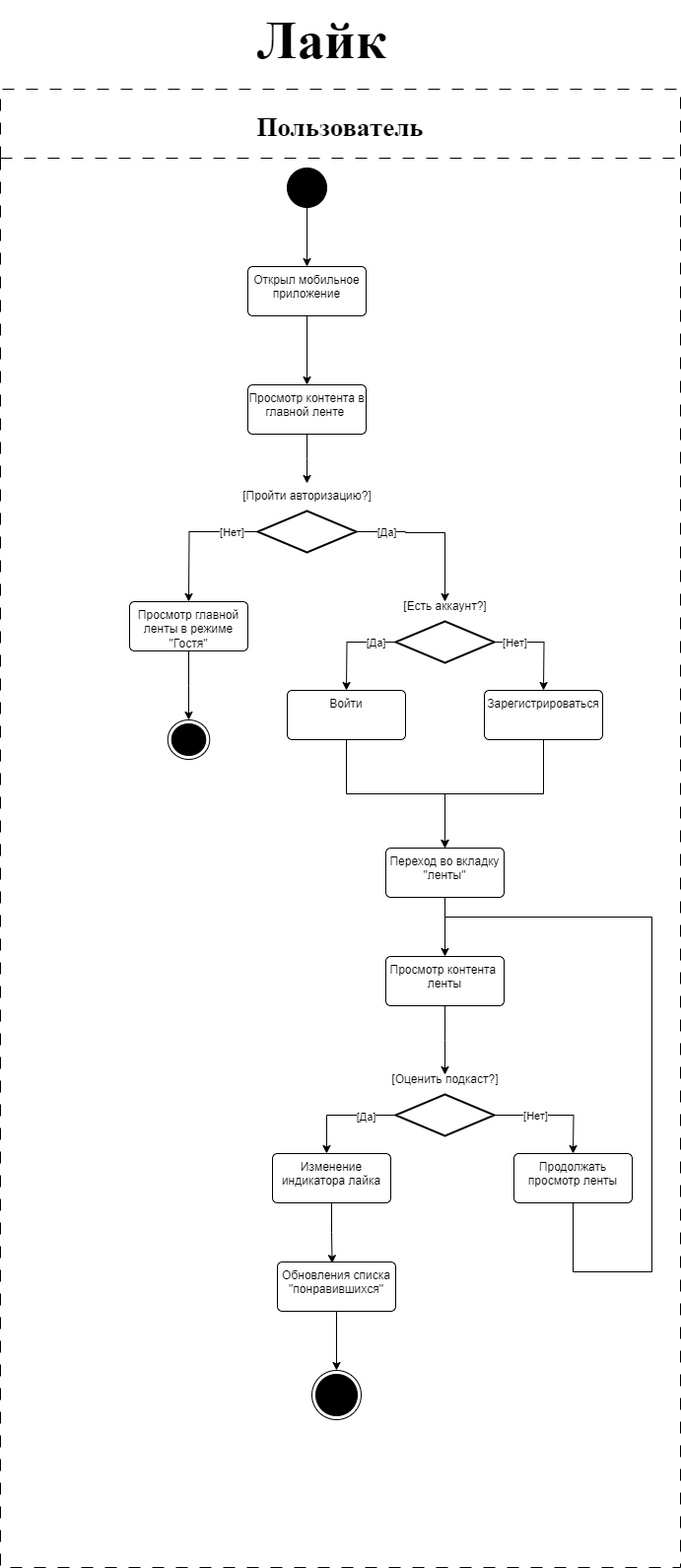
SazonovAlexander/9.1-TikTalk keeps this draw.io diagram as diagrams/activity-like.png. Above is the earlier version. Source tidied: cells renumbered, new cells last; positions are measured from the earlier drawing's top-left corner, leaving out a move shared by most shapes.
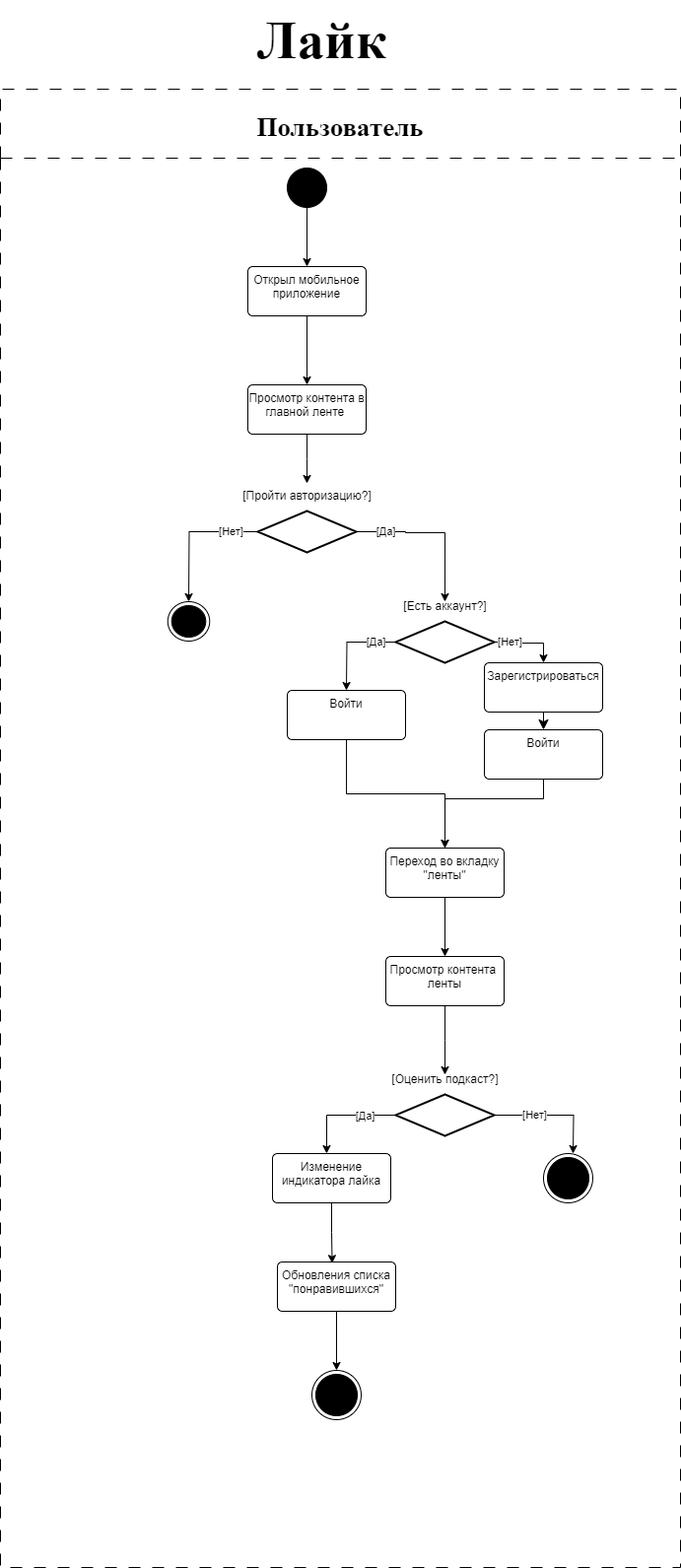
Later version of the same file.

The edit, as a diff of the source:
```diff
@@ -51,12 +51,6 @@
     <mxCell id="13" style="strokeWidth=2;html=1;shape=mxgraph.flowchart.decision;whiteSpace=wrap;" parent="1" vertex="1">
       <mxGeometry x="261" y="518" width="100" height="42" as="geometry" />
     </mxCell>
-    <mxCell id="14" style="edgeStyle=orthogonalEdgeStyle;rounded=0;jettySize=auto;html=1;" parent="1" edge="1" source="15" target="26">
-      <mxGeometry relative="1" as="geometry" />
-    </mxCell>
-    <mxCell id="15" value="Просмотр главной ленты в режиме &quot;Гостя&quot;" style="whiteSpace=wrap;html=1;verticalAlign=top;rounded=1;arcSize=10;dashed=0;" parent="1" vertex="1">
-      <mxGeometry x="131" y="610" width="120" height="50" as="geometry" />
-    </mxCell>
     <mxCell id="16" style="edgeStyle=orthogonalEdgeStyle;rounded=0;jettySize=auto;html=1;" parent="1" edge="1" source="20">
       <mxGeometry relative="1" as="geometry">
         <mxPoint x="351" y="700" as="targetPoint" />
@@ -65,9 +59,13 @@
     <mxCell id="17" value="[Да]" style="edgeLabel;html=1;align=center;verticalAlign=middle;" parent="16" vertex="1">
       <mxGeometry x="-0.58" relative="1" as="geometry" />
     </mxCell>
-    <mxCell id="18" style="edgeStyle=orthogonalEdgeStyle;rounded=0;jettySize=auto;html=1;" parent="1" edge="1" source="20">
+    <mxCell id="18" style="edgeStyle=orthogonalEdgeStyle;rounded=0;jettySize=auto;html=1;entryX=0.5;entryY=0;entryDx=0;entryDy=0;" parent="1" edge="1" source="20" target="25">
       <mxGeometry relative="1" as="geometry">
-        <mxPoint x="551" y="700" as="targetPoint" />
+        <Array as="points">
+          <mxPoint x="521" y="651" />
+          <mxPoint x="521" y="652" />
+          <mxPoint x="551" y="652" />
+        </Array>
       </mxGeometry>
     </mxCell>
     <mxCell id="19" value="[Нет]" style="edgeLabel;html=1;align=center;verticalAlign=middle;" parent="18" vertex="1">
@@ -87,15 +85,14 @@
     <mxCell id="23" value="Войти" style="whiteSpace=wrap;html=1;verticalAlign=top;rounded=1;arcSize=10;dashed=0;" parent="1" vertex="1">
       <mxGeometry x="291" y="700" width="120" height="50" as="geometry" />
     </mxCell>
-    <mxCell id="24" style="edgeStyle=orthogonalEdgeStyle;rounded=0;jettySize=auto;html=1;entryX=0.5;entryY=0;entryDx=0;entryDy=0;" parent="1" edge="1" source="25" target="28">
-      <mxGeometry relative="1" as="geometry" />
+    <mxCell id="24" style="edgeStyle=orthogonalEdgeStyle;rounded=0;jettySize=auto;html=1;entryX=0.5;entryY=0;entryDx=0;entryDy=0;exitX=0.5;exitY=1;exitDx=0;exitDy=0;" parent="1" edge="1" source="48" target="28">
+      <mxGeometry relative="1" as="geometry">
+        <Array as="points">
+          <mxPoint x="551" y="810" />
+          <mxPoint x="451" y="810" />
+        </Array>
+      </mxGeometry>
     </mxCell>
-    <mxCell id="25" value="Зарегистрироваться" style="whiteSpace=wrap;html=1;verticalAlign=top;rounded=1;arcSize=10;dashed=0;" parent="1" vertex="1">
-      <mxGeometry x="491" y="700" width="120" height="50" as="geometry" />
-    </mxCell>
-    <mxCell id="26" style="ellipse;html=1;shape=endState;fillColor=strokeColor;" parent="1" vertex="1">
-      <mxGeometry x="169.8" y="730" width="42.5" height="40" as="geometry" />
-    </mxCell>
     <mxCell id="27" style="edgeStyle=orthogonalEdgeStyle;rounded=0;jettySize=auto;html=1;entryX=0.5;entryY=0;entryDx=0;entryDy=0;" parent="1" edge="1" source="28" target="30">
       <mxGeometry relative="1" as="geometry" />
     </mxCell>
@@ -128,18 +125,6 @@
     <mxCell id="36" value="Пользователь" style="swimlane;startSize=70;fontFamily=Times New Roman;fontSize=27;dashed=1;dashPattern=12 12;" parent="1" vertex="1">
       <mxGeometry y="90" width="690" height="1500" as="geometry" />
     </mxCell>
-    <mxCell id="37" style="edgeStyle=orthogonalEdgeStyle;rounded=0;jettySize=auto;html=1;endArrow=none;endFill=0;" parent="36" edge="1" source="38">
-      <mxGeometry relative="1" as="geometry">
-        <mxPoint x="451" y="840" as="targetPoint" />
-        <Array as="points">
-          <mxPoint x="581" y="1200" />
-          <mxPoint x="661" y="1200" />
-        </Array>
-      </mxGeometry>
-    </mxCell>
-    <mxCell id="38" value="Продолжать просмотр ленты" style="whiteSpace=wrap;html=1;verticalAlign=top;rounded=1;arcSize=10;dashed=0;" parent="36" vertex="1">
-      <mxGeometry x="521" y="1080" width="120" height="50" as="geometry" />
-    </mxCell>
     <mxCell id="39" style="edgeStyle=orthogonalEdgeStyle;rounded=0;jettySize=auto;html=1;" parent="36" edge="1" source="33">
       <mxGeometry relative="1" as="geometry">
         <mxPoint x="581" y="1080" as="targetPoint" />
@@ -159,6 +144,21 @@
     <mxCell id="43" style="edgeStyle=orthogonalEdgeStyle;rounded=0;jettySize=auto;html=1;" parent="36" edge="1" source="41" target="42">
       <mxGeometry relative="1" as="geometry" />
     </mxCell>
+    <mxCell id="26" style="ellipse;html=1;shape=endState;fillColor=strokeColor;" parent="36" vertex="1">
+      <mxGeometry x="169.8" y="520" width="42.5" height="40" as="geometry" />
+    </mxCell>
+    <mxCell id="46" style="ellipse;html=1;shape=endState;fillColor=strokeColor;" parent="36" vertex="1">
+      <mxGeometry x="551" y="1080" width="50" height="50" as="geometry" />
+    </mxCell>
+    <mxCell id="47" style="edgeStyle=none;curved=1;rounded=0;jettySize=auto;html=1;entryX=0.5;entryY=0;entryDx=0;entryDy=0;fontSize=12;startSize=8;endSize=8;" parent="36" edge="1" source="25" target="48">
+      <mxGeometry relative="1" as="geometry" />
+    </mxCell>
+    <mxCell id="25" value="Зарегистрироваться" style="whiteSpace=wrap;html=1;verticalAlign=top;rounded=1;arcSize=10;dashed=0;" parent="36" vertex="1">
+      <mxGeometry x="491" y="582" width="120" height="50" as="geometry" />
+    </mxCell>
+    <mxCell id="48" value="Войти" style="whiteSpace=wrap;html=1;verticalAlign=top;rounded=1;arcSize=10;dashed=0;" parent="36" vertex="1">
+      <mxGeometry x="491" y="650" width="120" height="50" as="geometry" />
+    </mxCell>
     <mxCell id="44" value="Лайк" style="text;html=1;align=center;verticalAlign=middle;strokeColor=none;fillColor=none;fontFamily=Times New Roman;fontSize=55;fontStyle=1;" parent="1" vertex="1">
       <mxGeometry x="256" width="140" height="80" as="geometry" />
     </mxCell>
```
